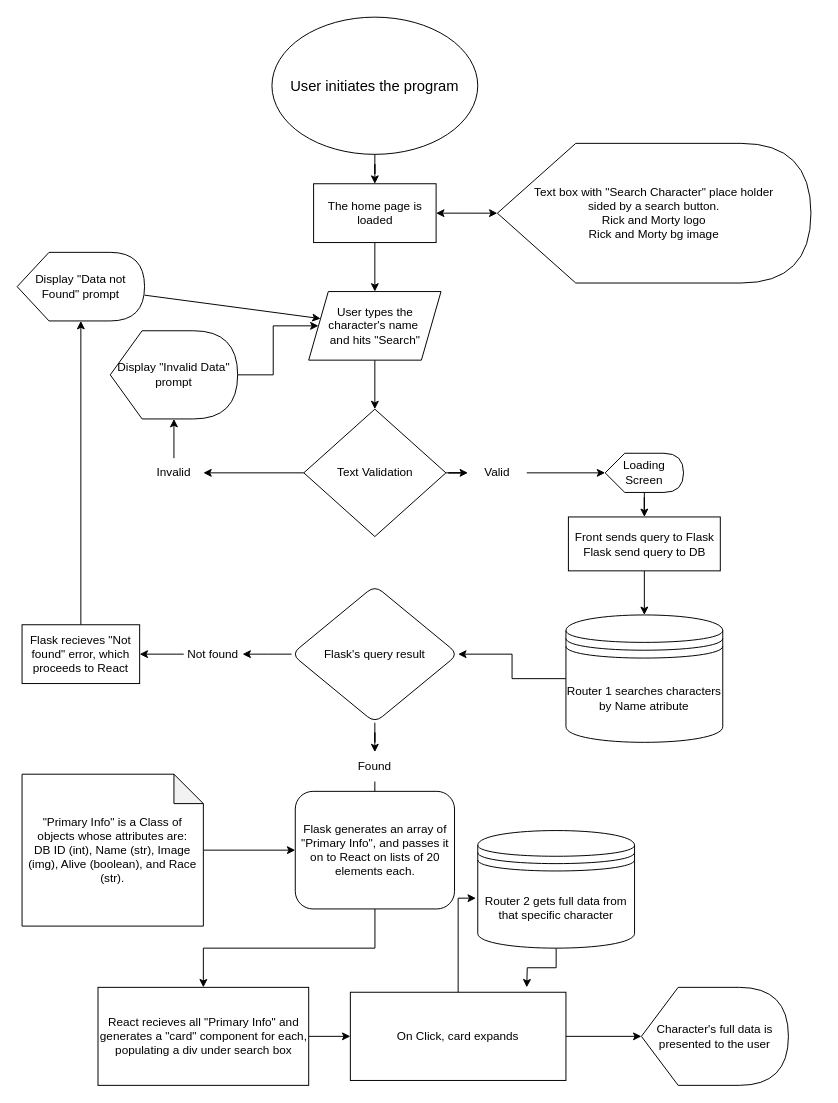
Earlier version of the draw.io diagram Diagrama sem nome.drawio (Arhck/Arhck). Source tidied: cells renumbered, new cells numbered last; positions are measured from the earlier drawing's top-left corner, leaving out a move shared by most shapes. Both pictures are drawn from the tidied source at 98%, with x=0, y=0 at pixel (17, 17).
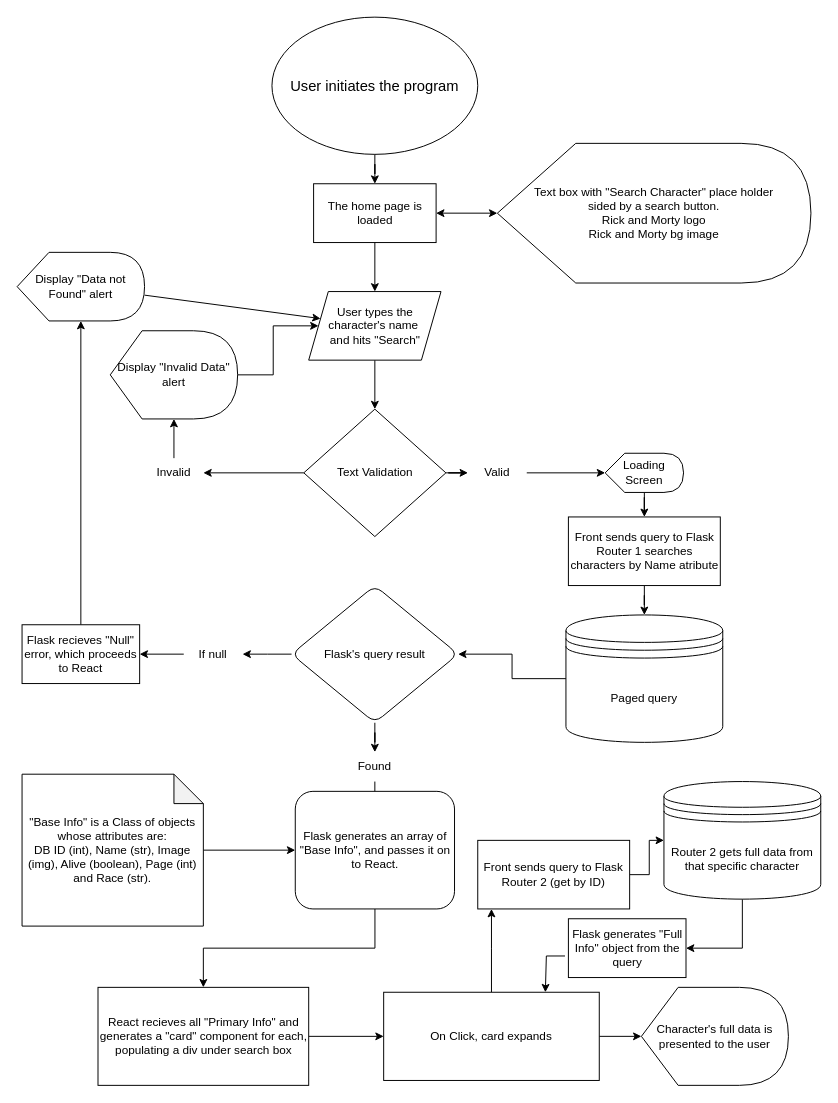
The same page after the edit.

Diff of the diagram source:
```diff
@@
-    <mxCell id="23" value="Not found" style="text;html=1;strokeColor=none;fillColor=none;align=center;verticalAlign=middle;whiteSpace=wrap;rounded=0;" parent="1" vertex="1">
+    <mxCell id="23" value="If null" style="text;html=1;strokeColor=none;fillColor=none;align=center;verticalAlign=middle;whiteSpace=wrap;rounded=0;" parent="1" vertex="1">
       <mxGeometry x="170" y="635" width="60" height="30" as="geometry" />
     </mxCell>
-    <mxCell id="24" value="Display &quot;Data not Found&quot; prompt" style="shape=display;whiteSpace=wrap;html=1;" parent="1" vertex="1">
+    <mxCell id="24" value="Display &quot;Data not Found&quot; alert" style="shape=display;whiteSpace=wrap;html=1;" parent="1" vertex="1">
       <mxGeometry y="240" width="130" height="70" as="geometry" />
     </mxCell>
-    <mxCell id="25" value="Front sends query to Flask&lt;br style=&quot;border-color: var(--border-color);&quot;&gt;Flask send query to DB" style="rounded=0;whiteSpace=wrap;html=1;" parent="1" vertex="1">
-      <mxGeometry x="562.5" y="510" width="155" height="55" as="geometry" />
+    <mxCell id="25" value="Front sends query to Flask&lt;br style=&quot;border-color: var(--border-color);&quot;&gt;Router 1 searches characters by Name atribute" style="rounded=0;whiteSpace=wrap;html=1;" parent="1" vertex="1">
+      <mxGeometry x="562.5" y="510" width="155" height="70" as="geometry" />
     </mxCell>
-    <mxCell id="26" value="Router 1 searches characters by Name atribute" style="shape=datastore;whiteSpace=wrap;html=1;" parent="1" vertex="1">
+    <mxCell id="26" value="Paged query" style="shape=datastore;whiteSpace=wrap;html=1;" parent="1" vertex="1">
       <mxGeometry x="560" y="610" width="160" height="130" as="geometry" />
     </mxCell>
@@
-    <mxCell id="28" value="Flask recieves &quot;Not found&quot; error, which proceeds to React" style="rounded=0;whiteSpace=wrap;html=1;" parent="1" vertex="1">
+    <mxCell id="28" value="Flask recieves &quot;Null&quot; error, which proceeds to React" style="rounded=0;whiteSpace=wrap;html=1;" parent="1" vertex="1">
       <mxGeometry x="5" y="620" width="120" height="60" as="geometry" />
     </mxCell>
@@
-    <mxCell id="30" value="Display &quot;Invalid Data&quot; prompt" style="shape=display;whiteSpace=wrap;html=1;" parent="1" vertex="1">
+    <mxCell id="30" value="Display &quot;Invalid Data&quot; alert" style="shape=display;whiteSpace=wrap;html=1;" parent="1" vertex="1">
       <mxGeometry x="95" y="320" width="130" height="90" as="geometry" />
     </mxCell>
@@
-    <mxCell id="32" value="Flask generates an array of &quot;Primary Info&quot;, and passes it on to React on lists of 20 elements each." style="rounded=1;whiteSpace=wrap;html=1;" parent="1" vertex="1">
+    <mxCell id="32" value="Flask generates an array of &quot;Base Info&quot;, and passes it on to React." style="rounded=1;whiteSpace=wrap;html=1;" parent="1" vertex="1">
       <mxGeometry x="283.8" y="790" width="162.5" height="120" as="geometry" />
     </mxCell>
@@
-    <mxCell id="36" value="&quot;Primary Info&quot; is a Class of objects whose attributes are:&lt;br&gt;DB ID (int), Name (str), Image (img), Alive (boolean), and Race (str)." style="shape=note;whiteSpace=wrap;html=1;backgroundOutline=1;darkOpacity=0.05;" parent="1" vertex="1">
+    <mxCell id="36" value="&quot;Base Info&quot; is a Class of objects whose attributes are:&lt;br&gt;DB ID (int), Name (str), Image (img), Alive (boolean), Page (int) and Race (str)." style="shape=note;whiteSpace=wrap;html=1;backgroundOutline=1;darkOpacity=0.05;" parent="1" vertex="1">
       <mxGeometry x="5" y="772.5" width="185" height="155" as="geometry" />
     </mxCell>
@@
-    <mxCell id="42" style="edgeStyle=orthogonalEdgeStyle;rounded=0;jettySize=auto;html=1;entryX=-0.012;entryY=0.575;entryDx=0;entryDy=0;entryPerimeter=0;" parent="1" edge="1" source="44" target="46">
-      <mxGeometry relative="1" as="geometry">
-        <Array as="points">
-          <mxPoint x="450" y="899" />
-        </Array>
-      </mxGeometry>
-    </mxCell>
@@
+    <mxCell id="48" style="edgeStyle=orthogonalEdgeStyle;rounded=0;jettySize=auto;html=1;" parent="1" edge="1" source="44" target="50">
+      <mxGeometry relative="1" as="geometry">
+        <Array as="points">
+          <mxPoint x="484" y="950" />
+          <mxPoint x="484" y="950" />
+        </Array>
+      </mxGeometry>
+    </mxCell>
     <mxCell id="44" value="On Click, card expands" style="whiteSpace=wrap;html=1;rounded=0;" parent="1" vertex="1">
-      <mxGeometry x="340" y="995" width="220" height="90" as="geometry" />
+      <mxGeometry x="374" y="995" width="220" height="90" as="geometry" />
     </mxCell>
-    <mxCell id="45" style="edgeStyle=orthogonalEdgeStyle;rounded=0;jettySize=auto;html=1;" parent="1" edge="1" source="46">
-      <mxGeometry relative="1" as="geometry">
-        <mxPoint x="520" y="990" as="targetPoint" />
-      </mxGeometry>
+    <mxCell id="45" style="edgeStyle=orthogonalEdgeStyle;rounded=0;jettySize=auto;html=1;exitX=0.5;exitY=1;exitDx=0;exitDy=0;entryX=1;entryY=0.5;entryDx=0;entryDy=0;" parent="1" edge="1" source="46" target="51">
+      <mxGeometry relative="1" as="geometry" />
     </mxCell>
     <mxCell id="46" value="Router 2 gets full data from that specific character" style="shape=datastore;whiteSpace=wrap;html=1;" parent="1" vertex="1">
-      <mxGeometry x="470" y="830" width="160" height="120" as="geometry" />
+      <mxGeometry x="660" y="780" width="160" height="120" as="geometry" />
     </mxCell>
@@
+    <mxCell id="49" style="edgeStyle=orthogonalEdgeStyle;rounded=0;jettySize=auto;html=1;" parent="1" edge="1" source="50" target="46">
+      <mxGeometry relative="1" as="geometry" />
+    </mxCell>
+    <mxCell id="50" value="Front sends query to Flask&lt;br style=&quot;border-color: var(--border-color);&quot;&gt;Router 2 (get by ID)" style="rounded=0;whiteSpace=wrap;html=1;" parent="1" vertex="1">
+      <mxGeometry x="470" y="840" width="155" height="70" as="geometry" />
+    </mxCell>
+    <mxCell id="51" value="Flask generates &quot;Full Info&quot; object from the query" style="rounded=0;whiteSpace=wrap;html=1;" parent="1" vertex="1">
+      <mxGeometry x="562.5" y="920" width="120" height="60" as="geometry" />
+    </mxCell>
+    <mxCell id="52" style="endArrow=classic;html=1;rounded=0;exitX=-0.029;exitY=0.633;exitDx=0;exitDy=0;exitPerimeter=0;entryX=0.75;entryY=0;entryDx=0;entryDy=0;" parent="1" edge="1" source="51" target="44">
+      <mxGeometry relative="1" as="geometry">
+        <Array as="points">
+          <mxPoint x="540" y="958" />
+        </Array>
+      </mxGeometry>
+    </mxCell>
```
